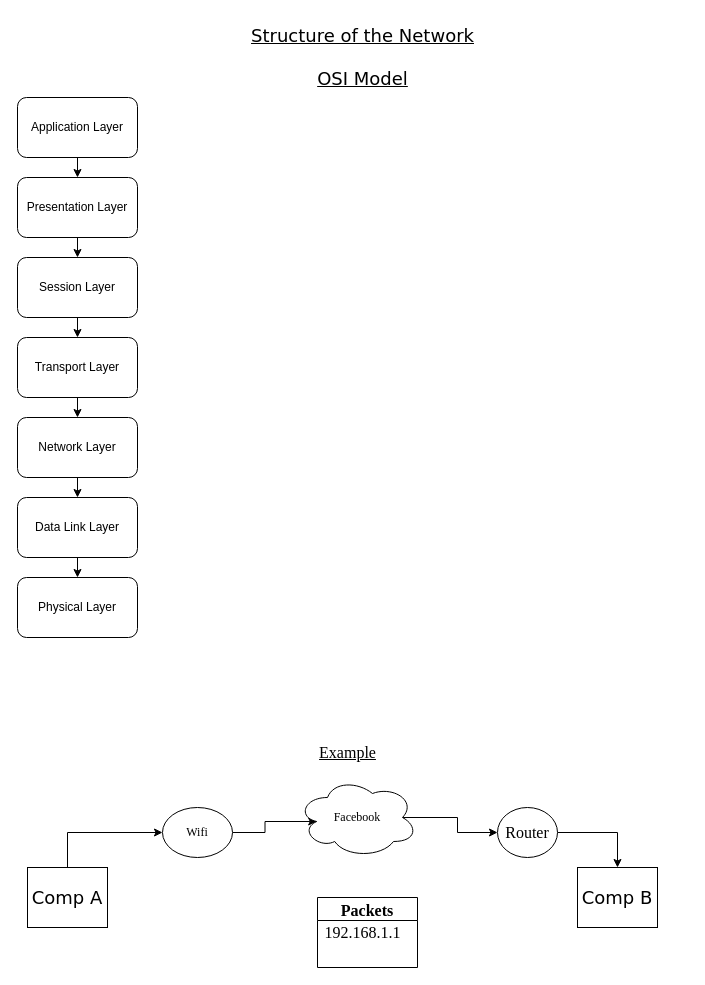
Above: Project Structure/Networking/Networking.drawio in Saichaitanyabolla1428/DevSecOps (draw.io), before the change. Source tidied: cells renumbered, new cells numbered last; positions are measured from the earlier drawing's top-left corner, leaving out a move shared by most shapes. Both pictures are drawn from the tidied source at 100%, with x=0, y=0 at pixel (17, 17).
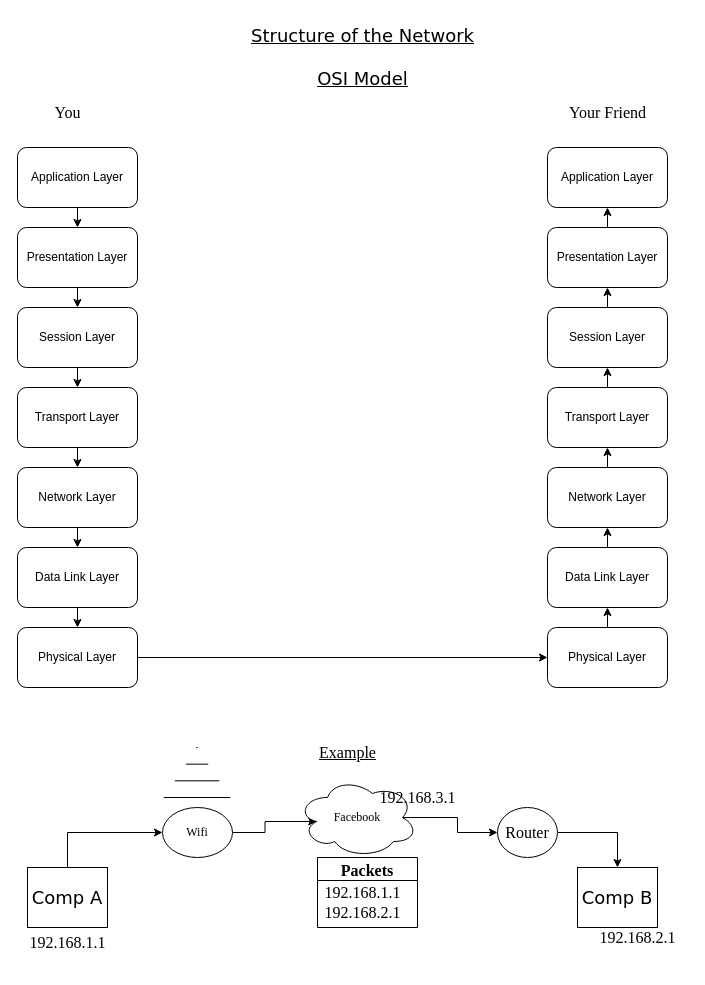
Above is the later version.

Diff of the diagram source:
```diff
@@
     <mxCell id="3" value="Application Layer" style="rounded=1;whiteSpace=wrap;html=1;" parent="1" vertex="1">
-      <mxGeometry y="80" width="120" height="60" as="geometry" />
+      <mxGeometry y="130" width="120" height="60" as="geometry" />
     </mxCell>
@@
     <mxCell id="5" value="Data Link Layer" style="rounded=1;whiteSpace=wrap;html=1;" parent="1" vertex="1">
-      <mxGeometry y="480" width="120" height="60" as="geometry" />
+      <mxGeometry y="530" width="120" height="60" as="geometry" />
     </mxCell>
@@
     <mxCell id="7" value="Network Layer" style="rounded=1;whiteSpace=wrap;html=1;" parent="1" vertex="1">
-      <mxGeometry y="400" width="120" height="60" as="geometry" />
+      <mxGeometry y="450" width="120" height="60" as="geometry" />
     </mxCell>
@@
     <mxCell id="9" value="Transport Layer" style="rounded=1;whiteSpace=wrap;html=1;" parent="1" vertex="1">
-      <mxGeometry y="320" width="120" height="60" as="geometry" />
+      <mxGeometry y="370" width="120" height="60" as="geometry" />
     </mxCell>
@@
     <mxCell id="11" value="Session Layer" style="rounded=1;whiteSpace=wrap;html=1;" parent="1" vertex="1">
-      <mxGeometry y="240" width="120" height="60" as="geometry" />
+      <mxGeometry y="290" width="120" height="60" as="geometry" />
     </mxCell>
@@
     <mxCell id="13" value="Presentation Layer" style="rounded=1;whiteSpace=wrap;html=1;" parent="1" vertex="1">
-      <mxGeometry y="160" width="120" height="60" as="geometry" />
+      <mxGeometry y="210" width="120" height="60" as="geometry" />
     </mxCell>
+    <mxCell id="28" style="edgeStyle=orthogonalEdgeStyle;rounded=0;jettySize=auto;html=1;exitX=1;exitY=0.5;exitDx=0;exitDy=0;fontFamily=Times New Roman;fontSize=16;" parent="1" edge="1" source="14" target="47">
+      <mxGeometry relative="1" as="geometry" />
+    </mxCell>
     <mxCell id="14" value="Physical Layer" style="rounded=1;whiteSpace=wrap;html=1;" parent="1" vertex="1">
-      <mxGeometry y="560" width="120" height="60" as="geometry" />
+      <mxGeometry y="610" width="120" height="60" as="geometry" />
     </mxCell>
@@
     <mxCell id="26" value="Packets" style="swimlane;fontFamily=Times New Roman;fontSize=16;" parent="1" vertex="1">
-      <mxGeometry x="300" y="880" width="100" height="70" as="geometry" />
+      <mxGeometry x="300" y="840" width="100" height="70" as="geometry" />
     </mxCell>
@@
+    <mxCell id="29" value="192.168.2.1" style="text;html=1;align=center;verticalAlign=middle;strokeColor=none;fillColor=none;fontSize=16;fontFamily=Times New Roman;" parent="26" vertex="1">
+      <mxGeometry x="-5" y="40" width="100" height="30" as="geometry" />
+    </mxCell>
+    <mxCell id="30" value="192.168.1.1" style="text;html=1;align=center;verticalAlign=middle;strokeColor=none;fillColor=none;fontSize=16;fontFamily=Times New Roman;" parent="1" vertex="1">
+      <mxGeometry y="910" width="100" height="30" as="geometry" />
+    </mxCell>
+    <mxCell id="31" value="192.168.3.1" style="text;html=1;align=center;verticalAlign=middle;strokeColor=none;fillColor=none;fontSize=16;fontFamily=Times New Roman;" parent="1" vertex="1">
+      <mxGeometry x="350" y="765" width="100" height="30" as="geometry" />
+    </mxCell>
+    <mxCell id="32" value="192.168.2.1" style="text;html=1;align=center;verticalAlign=middle;strokeColor=none;fillColor=none;fontSize=16;fontFamily=Times New Roman;" parent="1" vertex="1">
+      <mxGeometry x="570" y="905" width="100" height="30" as="geometry" />
+    </mxCell>
+    <mxCell id="33" style="shape=mxgraph.arrows2.wedgeArrowDashed2;html=1;startWidth=33.333333333333336;stepSize=15;rounded=0;fontFamily=Times New Roman;fontSize=16;" parent="1" edge="1">
+      <mxGeometry relative="1" as="geometry">
+        <mxPoint x="179.6" y="780" as="sourcePoint" />
+        <mxPoint x="179.6" y="730" as="targetPoint" />
+      </mxGeometry>
+    </mxCell>
+    <mxCell id="34" value="You" style="text;html=1;align=center;verticalAlign=middle;strokeColor=none;fillColor=none;fontSize=16;fontFamily=Times New Roman;" parent="1" vertex="1">
+      <mxGeometry x="25" y="80" width="50" height="30" as="geometry" />
+    </mxCell>
+    <mxCell id="35" value="Application Layer" style="rounded=1;whiteSpace=wrap;html=1;" parent="1" vertex="1">
+      <mxGeometry x="530" y="130" width="120" height="60" as="geometry" />
+    </mxCell>
+    <mxCell id="36" style="edgeStyle=orthogonalEdgeStyle;rounded=0;jettySize=auto;html=1;exitX=0.5;exitY=0;exitDx=0;exitDy=0;entryX=0.5;entryY=1;entryDx=0;entryDy=0;fontFamily=Times New Roman;fontSize=16;" parent="1" edge="1" source="37" target="39">
+      <mxGeometry relative="1" as="geometry" />
+    </mxCell>
+    <mxCell id="37" value="Data Link Layer" style="rounded=1;whiteSpace=wrap;html=1;" parent="1" vertex="1">
+      <mxGeometry x="530" y="530" width="120" height="60" as="geometry" />
+    </mxCell>
+    <mxCell id="38" style="edgeStyle=orthogonalEdgeStyle;rounded=0;jettySize=auto;html=1;exitX=0.5;exitY=0;exitDx=0;exitDy=0;entryX=0.5;entryY=1;entryDx=0;entryDy=0;fontFamily=Times New Roman;fontSize=16;" parent="1" edge="1" source="39" target="41">
+      <mxGeometry relative="1" as="geometry" />
+    </mxCell>
+    <mxCell id="39" value="Network Layer" style="rounded=1;whiteSpace=wrap;html=1;" parent="1" vertex="1">
+      <mxGeometry x="530" y="450" width="120" height="60" as="geometry" />
+    </mxCell>
+    <mxCell id="40" style="edgeStyle=orthogonalEdgeStyle;rounded=0;jettySize=auto;html=1;exitX=0.5;exitY=0;exitDx=0;exitDy=0;entryX=0.5;entryY=1;entryDx=0;entryDy=0;fontFamily=Times New Roman;fontSize=16;" parent="1" edge="1" source="41" target="43">
+      <mxGeometry relative="1" as="geometry" />
+    </mxCell>
+    <mxCell id="41" value="Transport Layer" style="rounded=1;whiteSpace=wrap;html=1;" parent="1" vertex="1">
+      <mxGeometry x="530" y="370" width="120" height="60" as="geometry" />
+    </mxCell>
+    <mxCell id="42" style="edgeStyle=orthogonalEdgeStyle;rounded=0;jettySize=auto;html=1;exitX=0.5;exitY=0;exitDx=0;exitDy=0;entryX=0.5;entryY=1;entryDx=0;entryDy=0;fontFamily=Times New Roman;fontSize=16;" parent="1" edge="1" source="43" target="45">
+      <mxGeometry relative="1" as="geometry" />
+    </mxCell>
+    <mxCell id="43" value="Session Layer" style="rounded=1;whiteSpace=wrap;html=1;" parent="1" vertex="1">
+      <mxGeometry x="530" y="290" width="120" height="60" as="geometry" />
+    </mxCell>
+    <mxCell id="44" style="edgeStyle=orthogonalEdgeStyle;rounded=0;jettySize=auto;html=1;exitX=0.5;exitY=0;exitDx=0;exitDy=0;entryX=0.5;entryY=1;entryDx=0;entryDy=0;fontFamily=Times New Roman;fontSize=16;" parent="1" edge="1" source="45" target="35">
+      <mxGeometry relative="1" as="geometry" />
+    </mxCell>
+    <mxCell id="45" value="Presentation Layer" style="rounded=1;whiteSpace=wrap;html=1;" parent="1" vertex="1">
+      <mxGeometry x="530" y="210" width="120" height="60" as="geometry" />
+    </mxCell>
+    <mxCell id="46" style="edgeStyle=orthogonalEdgeStyle;rounded=0;jettySize=auto;html=1;exitX=0.5;exitY=0;exitDx=0;exitDy=0;entryX=0.5;entryY=1;entryDx=0;entryDy=0;fontFamily=Times New Roman;fontSize=16;" parent="1" edge="1" source="47" target="37">
+      <mxGeometry relative="1" as="geometry" />
+    </mxCell>
+    <mxCell id="47" value="Physical Layer" style="rounded=1;whiteSpace=wrap;html=1;" parent="1" vertex="1">
+      <mxGeometry x="530" y="610" width="120" height="60" as="geometry" />
+    </mxCell>
+    <mxCell id="48" value="Your Friend" style="text;html=1;align=center;verticalAlign=middle;strokeColor=none;fillColor=none;fontSize=16;fontFamily=Times New Roman;" parent="1" vertex="1">
+      <mxGeometry x="540" y="80" width="100" height="30" as="geometry" />
+    </mxCell>
```
